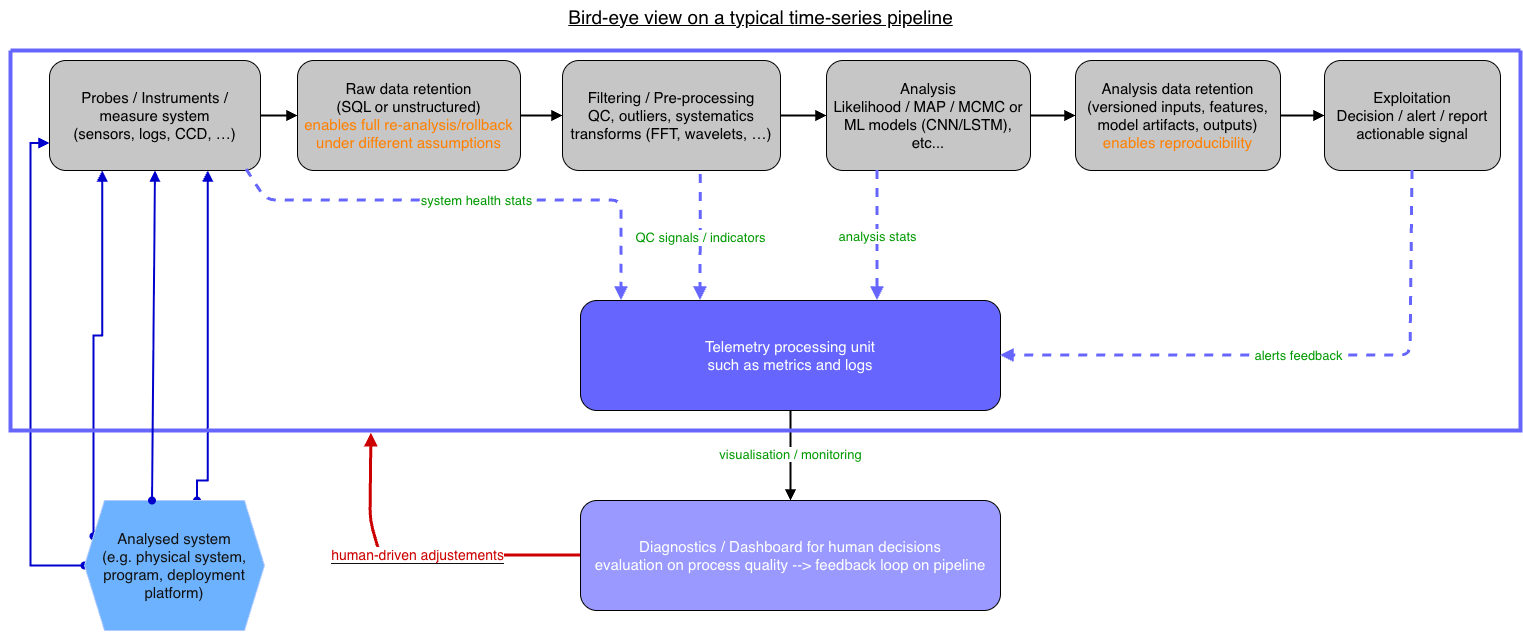
This is pipeline-colored.drawio.png from OthmanB/ressources, a draw.io export, as it was before one commit. Source tidied: cells renumbered, new cells last; positions are measured from the earlier drawing's top-left corner, leaving out a move shared by most shapes.
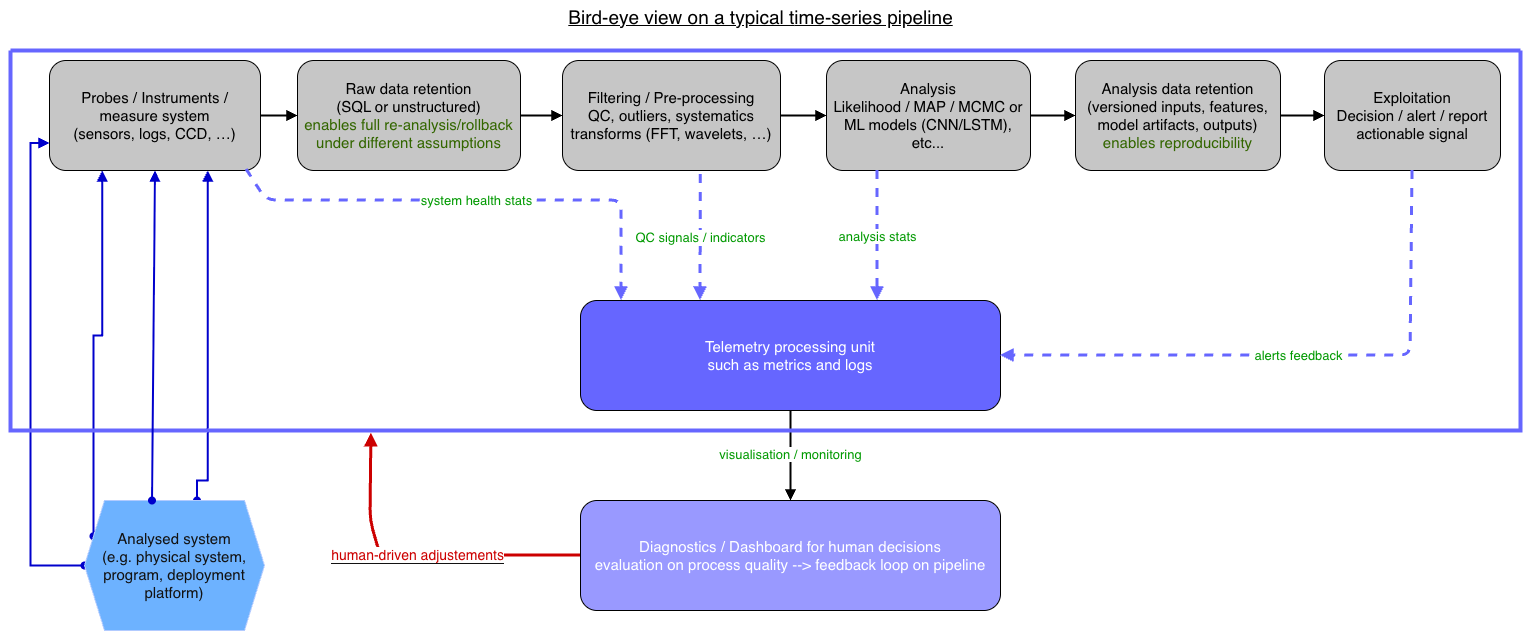
After the change.

Commit message:
color modifications

Change to the diagram source:
```diff
@@ -24,7 +24,7 @@
     <mxCell id="5" value="&lt;font style=&quot;color: light-dark(rgb(0, 0, 0), rgb(0, 0, 0)); font-size: 15px;&quot;&gt;Probes / Instruments / measure system&lt;br&gt;(sensors, logs, CCD, …)&lt;/font&gt;" style="rounded=1;whiteSpace=wrap;html=1;fillColor=light-dark(#FFFFFF,#C6C6C6);strokeColor=light-dark(#000000,#000000);fontSize=14;" parent="1" vertex="1">
       <mxGeometry x="49" y="61" width="211" height="110" as="geometry" />
     </mxCell>
-    <mxCell id="6" value="&lt;font style=&quot;font-size: 15px;&quot;&gt;&lt;font style=&quot;color: light-dark(rgb(0, 0, 0), rgb(0, 0, 0));&quot;&gt;Raw data retention&lt;br&gt;(SQL or unstructured)&lt;/font&gt;&lt;br&gt;&lt;font style=&quot;color: light-dark(rgb(0, 0, 0), rgb(255, 128, 0));&quot;&gt;enables full re-analysis/rollback under different assumptions&lt;/font&gt;&lt;/font&gt;" style="rounded=1;whiteSpace=wrap;html=1;fillColor=light-dark(#FFFFFF,#C6C6C6);strokeColor=light-dark(#000000,#000000);fontSize=14;" parent="1" vertex="1">
+    <mxCell id="6" value="&lt;font style=&quot;font-size: 15px;&quot;&gt;&lt;font style=&quot;color: light-dark(rgb(0, 0, 0), rgb(0, 0, 0));&quot;&gt;Raw data retention&lt;br&gt;(SQL or unstructured)&lt;/font&gt;&lt;br&gt;&lt;font style=&quot;color: light-dark(rgb(0, 0, 0), rgb(51, 102, 0));&quot;&gt;enables full re-analysis/rollback under different assumptions&lt;/font&gt;&lt;/font&gt;" style="rounded=1;whiteSpace=wrap;html=1;fillColor=light-dark(#FFFFFF,#C6C6C6);strokeColor=light-dark(#000000,#000000);fontSize=14;" parent="1" vertex="1">
       <mxGeometry x="297" y="61" width="223" height="110" as="geometry" />
     </mxCell>
     <mxCell id="7" value="&lt;font style=&quot;color: light-dark(rgb(0, 0, 0), rgb(0, 0, 0)); font-size: 15px;&quot;&gt;Filtering / Pre-processing&lt;br&gt;QC, outliers, systematics&lt;br&gt;transforms (FFT, wavelets, …)&lt;/font&gt;" style="rounded=1;whiteSpace=wrap;html=1;fillColor=light-dark(#FFFFFF,#C6C6C6);strokeColor=light-dark(#000000,#000000);fontSize=14;" parent="1" vertex="1">
@@ -33,7 +33,7 @@
     <mxCell id="8" value="&lt;font style=&quot;color: light-dark(rgb(0, 0, 0), rgb(0, 0, 0)); font-size: 15px;&quot;&gt;Analysis&lt;br&gt;Likelihood / MAP / MCMC or ML models (CNN/LSTM), etc...&lt;/font&gt;" style="rounded=1;whiteSpace=wrap;html=1;fillColor=light-dark(#FFFFFF,#C6C6C6);strokeColor=light-dark(#000000,#000000);fontSize=14;" parent="1" vertex="1">
       <mxGeometry x="826" y="61" width="204" height="110" as="geometry" />
     </mxCell>
-    <mxCell id="9" value="&lt;font style=&quot;font-size: 15px;&quot;&gt;&lt;font style=&quot;color: light-dark(rgb(0, 0, 0), rgb(0, 0, 0));&quot;&gt;Analysis data retention&lt;br&gt;(versioned inputs, features,&lt;br&gt;model artifacts, outputs)&lt;/font&gt;&lt;br&gt;&lt;font style=&quot;color: light-dark(rgb(0, 0, 0), rgb(255, 128, 0));&quot;&gt;enables reproducibility&lt;/font&gt;&lt;/font&gt;" style="rounded=1;whiteSpace=wrap;html=1;fillColor=light-dark(#FFFFFF,#C6C6C6);strokeColor=light-dark(#000000,#000000);fontSize=14;" parent="1" vertex="1">
+    <mxCell id="9" value="&lt;font style=&quot;font-size: 15px;&quot;&gt;&lt;font style=&quot;color: light-dark(rgb(0, 0, 0), rgb(0, 0, 0));&quot;&gt;Analysis data retention&lt;br&gt;(versioned inputs, features,&lt;br&gt;model artifacts, outputs)&lt;/font&gt;&lt;br&gt;&lt;font style=&quot;color: light-dark(rgb(0, 0, 0), rgb(51, 102, 0));&quot;&gt;enables reproducibility&lt;/font&gt;&lt;/font&gt;" style="rounded=1;whiteSpace=wrap;html=1;fillColor=light-dark(#FFFFFF,#C6C6C6);strokeColor=light-dark(#000000,#000000);fontSize=14;" parent="1" vertex="1">
       <mxGeometry x="1075" y="61" width="205" height="110" as="geometry" />
     </mxCell>
     <mxCell id="10" value="&lt;font style=&quot;color: light-dark(rgb(0, 0, 0), rgb(0, 0, 0)); font-size: 15px;&quot;&gt;Exploitation&lt;br&gt;Decision / alert / report&lt;br&gt;actionable signal&lt;/font&gt;" style="rounded=1;whiteSpace=wrap;html=1;fillColor=light-dark(#FFFFFF,#C6C6C6);strokeColor=light-dark(#000000,#000000);fontSize=14;" parent="1" vertex="1">
```
